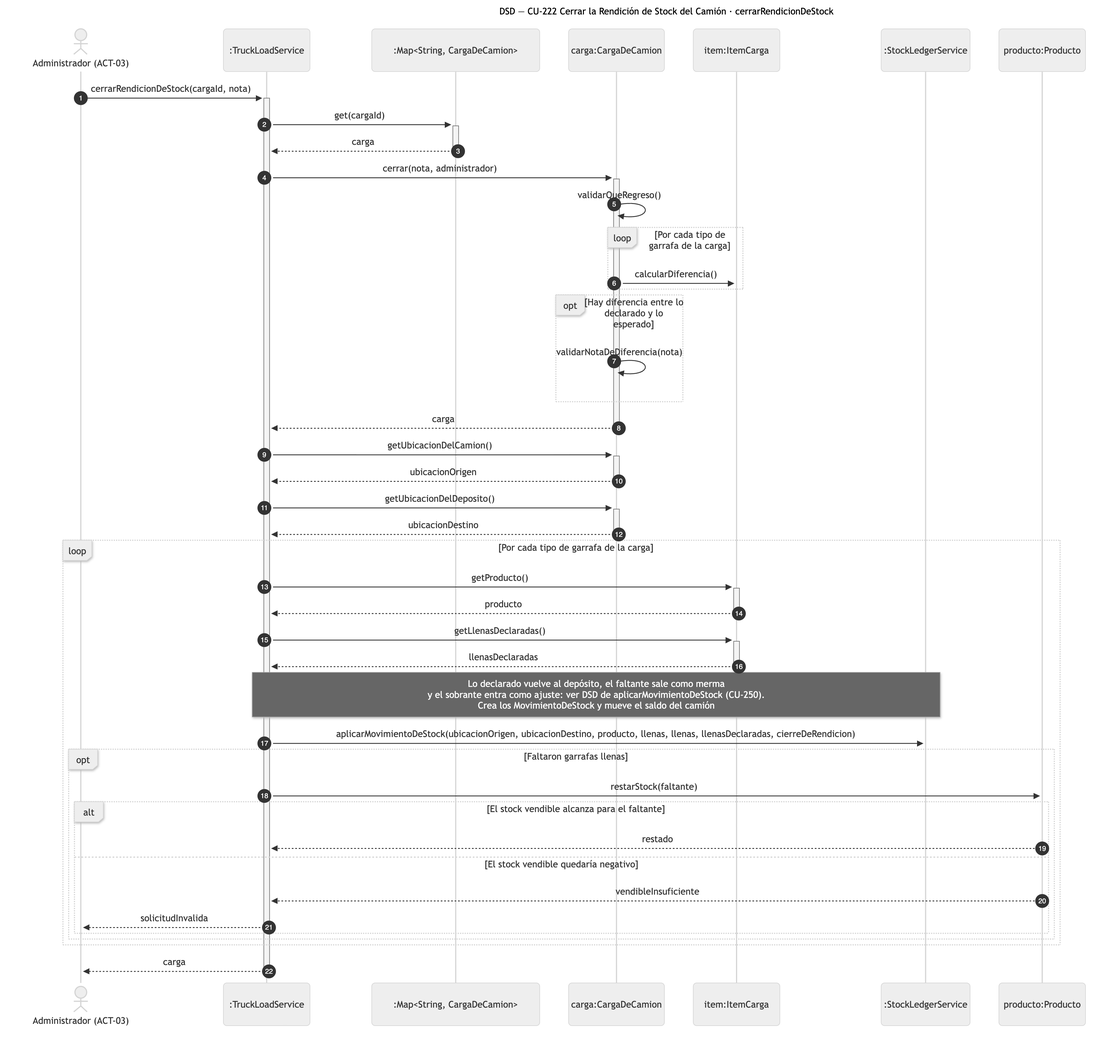
Before: diagramas/png/DSD_CU-222_cerrarRendicionDeStock.png, a diagram exported from Mermaid (Nahuelito-Dev/splg-docs). Its source is kept beside it as diagramas/DSD_CU-222_cerrarRendicionDeStock.mmd.
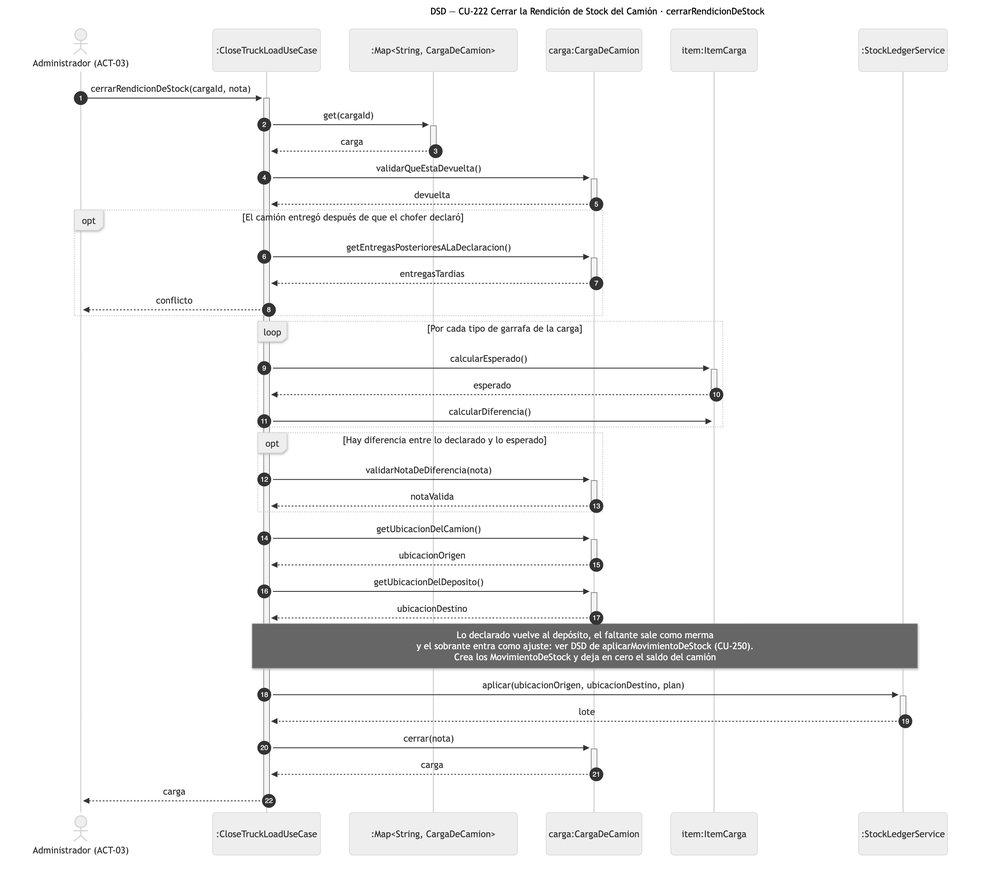
Later version of the same file.

What changed in the source:
```diff
@@ -2,44 +2,38 @@
     title DSD — CU-222 Cerrar la Rendición de Stock del Camión · cerrarRendicionDeStock
     autonumber
     actor ADM as Administrador (ACT-03)
-    participant SRV as :TruckLoadService
+    participant SRV as :CloseTruckLoadUseCase
     participant COL as :Map#lt;String, CargaDeCamion#gt;
     participant CAR as carga:CargaDeCamion
     participant ICA as item:ItemCarga
     participant LED as :StockLedgerService
-    participant PRO as producto:Producto
 
     ADM->>+SRV: cerrarRendicionDeStock(cargaId, nota)
     SRV->>+COL: get(cargaId)
     COL-->>-SRV: carga
-    SRV->>+CAR: cerrar(nota, administrador)
-    CAR->>CAR: validarQueRegreso()
+    SRV->>+CAR: validarQueEstaDevuelta()
+    CAR-->>-SRV: devuelta
+    opt El camión entregó después de que el chofer declaró
+        SRV->>+CAR: getEntregasPosterioresALaDeclaracion()
+        CAR-->>-SRV: entregasTardias
+        SRV-->>ADM: conflicto
+    end
     loop Por cada tipo de garrafa de la carga
-        CAR->>ICA: calcularDiferencia()
+        SRV->>+ICA: calcularEsperado()
+        ICA-->>-SRV: esperado
+        SRV->>ICA: calcularDiferencia()
     end
     opt Hay diferencia entre lo declarado y lo esperado
-        CAR->>CAR: validarNotaDeDiferencia(nota)
+        SRV->>+CAR: validarNotaDeDiferencia(nota)
+        CAR-->>-SRV: notaValida
     end
-    CAR-->>-SRV: carga
     SRV->>+CAR: getUbicacionDelCamion()
     CAR-->>-SRV: ubicacionOrigen
     SRV->>+CAR: getUbicacionDelDeposito()
     CAR-->>-SRV: ubicacionDestino
-    loop Por cada tipo de garrafa de la carga
-        SRV->>+ICA: getProducto()
-        ICA-->>-SRV: producto
-        SRV->>+ICA: getLlenasDeclaradas()
-        ICA-->>-SRV: llenasDeclaradas
-        Note over SRV,LED: Lo declarado vuelve al depósito, el faltante sale como merma<br/>y el sobrante entra como ajuste: ver DSD de aplicarMovimientoDeStock (CU-250).<br/>Crea los MovimientoDeStock y mueve el saldo del camión
-        SRV->>LED: aplicarMovimientoDeStock(ubicacionOrigen, ubicacionDestino, producto, llenas, llenas, llenasDeclaradas, cierreDeRendicion)
-        opt Faltaron garrafas llenas
-            SRV->>PRO: restarStock(faltante)
-            alt El stock vendible alcanza para el faltante
-                PRO-->>SRV: restado
-            else El stock vendible quedaría negativo
-                PRO-->>SRV: vendibleInsuficiente
-                SRV-->>ADM: solicitudInvalida
-            end
-        end
-    end
+    Note over SRV,LED: Lo declarado vuelve al depósito, el faltante sale como merma<br/>y el sobrante entra como ajuste: ver DSD de aplicarMovimientoDeStock (CU-250).<br/>Crea los MovimientoDeStock y deja en cero el saldo del camión
+    SRV->>+LED: aplicar(ubicacionOrigen, ubicacionDestino, plan)
+    LED-->>-SRV: lote
+    SRV->>+CAR: cerrar(nota)
+    CAR-->>-SRV: carga
     SRV-->>-ADM: carga
```
